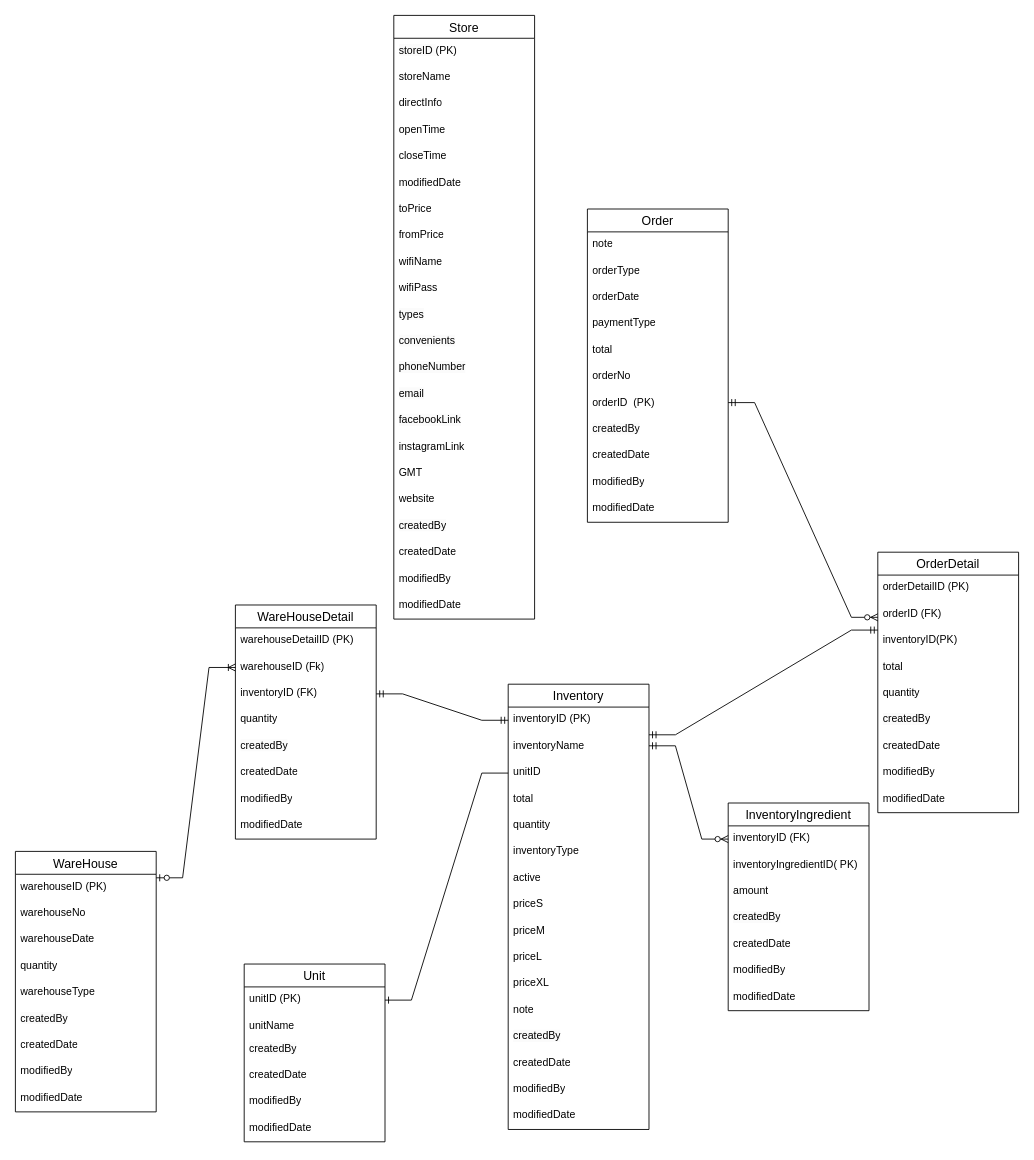
Above: page "Page-1" (1 of 14) of Documentations/Database.drawio in MajinBuuNe-Ahihi/DATN (draw.io), before the change. Source tidied: cells renumbered, new cells numbered last; positions are measured from the earlier drawing's top-left corner, leaving out a move shared by most shapes. Both pictures are drawn from the tidied source at 88%, with x=0, y=0 at pixel (15, 15).
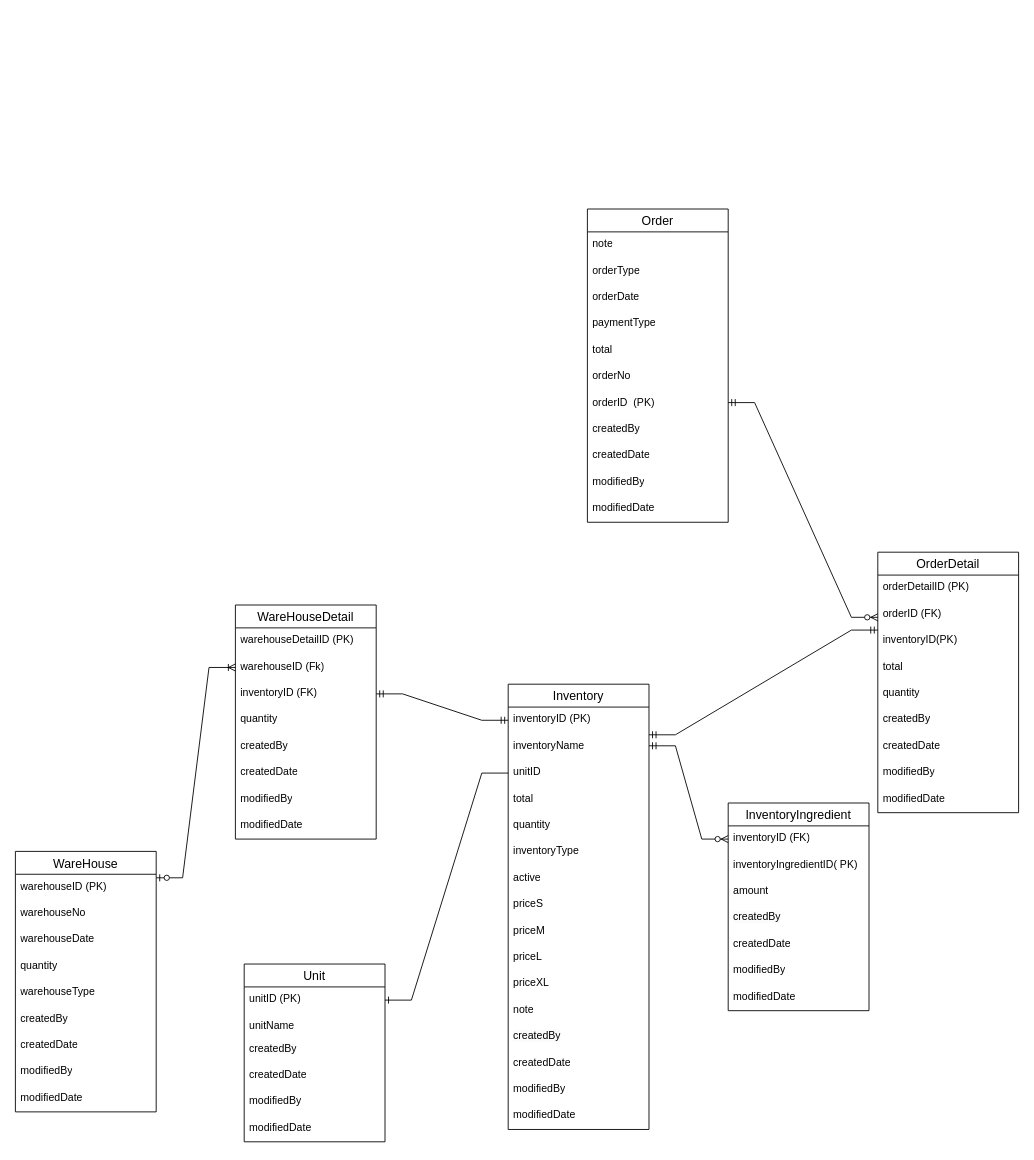
The same page after the edit.

Diff of the diagram source:
```diff
@@
-    <mxCell id="2" value="Store" style="swimlane;fontStyle=0;horizontal=1;startSize=26;align=center;fontSize=14;" parent="1" vertex="1">
-      <mxGeometry x="430" width="160" height="686" as="geometry" />
-    </mxCell>
-    <mxCell id="3" value="&lt;span style=&quot;color: rgb(0, 0, 0); font-family: Helvetica; font-size: 12px; font-style: normal; font-variant-ligatures: normal; font-variant-caps: normal; font-weight: 400; letter-spacing: normal; orphans: 2; text-align: left; text-indent: 0px; text-transform: none; white-space: normal; widows: 2; word-spacing: 0px; -webkit-text-stroke-width: 0px; background-color: rgb(251, 251, 251); text-decoration-thickness: initial; text-decoration-style: initial; text-decoration-color: initial; display: inline !important; float: none;&quot;&gt;storeID&amp;nbsp;&lt;/span&gt;(PK)" style="text;strokeColor=none;fillColor=none;spacingLeft=4;spacingRight=4;overflow=hidden;fontSize=12;whiteSpace=wrap;html=1;" parent="2" vertex="1">
-      <mxGeometry y="26" width="160" height="30" as="geometry" />
-    </mxCell>
-    <mxCell id="4" value="storeName" style="text;strokeColor=none;fillColor=none;spacingLeft=4;spacingRight=4;overflow=hidden;fontSize=12;whiteSpace=wrap;html=1;" parent="2" vertex="1">
-      <mxGeometry y="56" width="160" height="30" as="geometry" />
-    </mxCell>
-    <mxCell id="5" value="directInfo" style="text;strokeColor=none;fillColor=none;spacingLeft=4;spacingRight=4;overflow=hidden;fontSize=12;whiteSpace=wrap;html=1;" parent="2" vertex="1">
-      <mxGeometry y="86" width="160" height="30" as="geometry" />
-    </mxCell>
-    <mxCell id="6" value="openTime" style="text;strokeColor=none;fillColor=none;spacingLeft=4;spacingRight=4;overflow=hidden;fontSize=12;whiteSpace=wrap;html=1;" parent="2" vertex="1">
-      <mxGeometry y="116" width="160" height="30" as="geometry" />
-    </mxCell>
-    <mxCell id="7" value="closeTime" style="text;strokeColor=none;fillColor=none;spacingLeft=4;spacingRight=4;overflow=hidden;fontSize=12;whiteSpace=wrap;html=1;" parent="2" vertex="1">
-      <mxGeometry y="146" width="160" height="30" as="geometry" />
-    </mxCell>
-    <mxCell id="8" value="modifiedDate" style="text;strokeColor=none;fillColor=none;spacingLeft=4;spacingRight=4;overflow=hidden;fontSize=12;whiteSpace=wrap;html=1;" parent="2" vertex="1">
-      <mxGeometry y="176" width="160" height="30" as="geometry" />
-    </mxCell>
-    <mxCell id="9" value="toPrice" style="text;strokeColor=none;fillColor=none;spacingLeft=4;spacingRight=4;overflow=hidden;fontSize=12;whiteSpace=wrap;html=1;" parent="2" vertex="1">
-      <mxGeometry y="206" width="160" height="30" as="geometry" />
-    </mxCell>
-    <mxCell id="10" value="fromPrice" style="text;strokeColor=none;fillColor=none;spacingLeft=4;spacingRight=4;overflow=hidden;fontSize=12;whiteSpace=wrap;html=1;" parent="2" vertex="1">
-      <mxGeometry y="236" width="160" height="30" as="geometry" />
-    </mxCell>
-    <mxCell id="11" value="wifiName" style="text;strokeColor=none;fillColor=none;spacingLeft=4;spacingRight=4;overflow=hidden;fontSize=12;whiteSpace=wrap;html=1;" parent="2" vertex="1">
-      <mxGeometry y="266" width="160" height="30" as="geometry" />
-    </mxCell>
-    <mxCell id="12" value="wifiPass" style="text;strokeColor=none;fillColor=none;spacingLeft=4;spacingRight=4;overflow=hidden;fontSize=12;whiteSpace=wrap;html=1;" parent="2" vertex="1">
-      <mxGeometry y="296" width="160" height="30" as="geometry" />
-    </mxCell>
-    <mxCell id="13" value="&lt;span style=&quot;color: rgb(0, 0, 0); font-family: Helvetica; font-size: 12px; font-style: normal; font-variant-ligatures: normal; font-variant-caps: normal; font-weight: 400; letter-spacing: normal; orphans: 2; text-align: left; text-indent: 0px; text-transform: none; white-space: normal; widows: 2; word-spacing: 0px; -webkit-text-stroke-width: 0px; background-color: rgb(251, 251, 251); text-decoration-thickness: initial; text-decoration-style: initial; text-decoration-color: initial; display: inline !important; float: none;&quot;&gt;types&lt;/span&gt;" style="text;strokeColor=none;fillColor=none;spacingLeft=4;spacingRight=4;overflow=hidden;fontSize=12;whiteSpace=wrap;html=1;" parent="2" vertex="1">
-      <mxGeometry y="326" width="160" height="30" as="geometry" />
-    </mxCell>
-    <mxCell id="14" value="&lt;span style=&quot;color: rgb(0, 0, 0); font-family: Helvetica; font-size: 12px; font-style: normal; font-variant-ligatures: normal; font-variant-caps: normal; font-weight: 400; letter-spacing: normal; orphans: 2; text-align: left; text-indent: 0px; text-transform: none; white-space: normal; widows: 2; word-spacing: 0px; -webkit-text-stroke-width: 0px; background-color: rgb(251, 251, 251); text-decoration-thickness: initial; text-decoration-style: initial; text-decoration-color: initial; display: inline !important; float: none;&quot;&gt;convenients&lt;/span&gt;" style="text;strokeColor=none;fillColor=none;spacingLeft=4;spacingRight=4;overflow=hidden;fontSize=12;whiteSpace=wrap;html=1;" parent="2" vertex="1">
-      <mxGeometry y="356" width="160" height="30" as="geometry" />
-    </mxCell>
-    <mxCell id="15" value="&lt;span style=&quot;color: rgb(0, 0, 0); font-family: Helvetica; font-size: 12px; font-style: normal; font-variant-ligatures: normal; font-variant-caps: normal; font-weight: 400; letter-spacing: normal; orphans: 2; text-align: left; text-indent: 0px; text-transform: none; white-space: normal; widows: 2; word-spacing: 0px; -webkit-text-stroke-width: 0px; background-color: rgb(251, 251, 251); text-decoration-thickness: initial; text-decoration-style: initial; text-decoration-color: initial; display: inline !important; float: none;&quot;&gt;phoneNumber&lt;/span&gt;" style="text;strokeColor=none;fillColor=none;spacingLeft=4;spacingRight=4;overflow=hidden;fontSize=12;whiteSpace=wrap;html=1;" parent="2" vertex="1">
-      <mxGeometry y="386" width="160" height="30" as="geometry" />
-    </mxCell>
-    <mxCell id="16" value="&lt;span style=&quot;color: rgb(0, 0, 0); font-family: Helvetica; font-size: 12px; font-style: normal; font-variant-ligatures: normal; font-variant-caps: normal; font-weight: 400; letter-spacing: normal; orphans: 2; text-align: left; text-indent: 0px; text-transform: none; white-space: normal; widows: 2; word-spacing: 0px; -webkit-text-stroke-width: 0px; background-color: rgb(251, 251, 251); text-decoration-thickness: initial; text-decoration-style: initial; text-decoration-color: initial; display: inline !important; float: none;&quot;&gt;email&lt;/span&gt;" style="text;strokeColor=none;fillColor=none;spacingLeft=4;spacingRight=4;overflow=hidden;fontSize=12;whiteSpace=wrap;html=1;" parent="2" vertex="1">
-      <mxGeometry y="416" width="160" height="30" as="geometry" />
-    </mxCell>
-    <mxCell id="17" value="&lt;span style=&quot;color: rgb(0, 0, 0); font-family: Helvetica; font-size: 12px; font-style: normal; font-variant-ligatures: normal; font-variant-caps: normal; font-weight: 400; letter-spacing: normal; orphans: 2; text-align: left; text-indent: 0px; text-transform: none; white-space: normal; widows: 2; word-spacing: 0px; -webkit-text-stroke-width: 0px; background-color: rgb(251, 251, 251); text-decoration-thickness: initial; text-decoration-style: initial; text-decoration-color: initial; display: inline !important; float: none;&quot;&gt;facebookLink&lt;/span&gt;" style="text;strokeColor=none;fillColor=none;spacingLeft=4;spacingRight=4;overflow=hidden;fontSize=12;whiteSpace=wrap;html=1;" parent="2" vertex="1">
-      <mxGeometry y="446" width="160" height="30" as="geometry" />
-    </mxCell>
-    <mxCell id="18" value="instagramLink" style="text;strokeColor=none;fillColor=none;spacingLeft=4;spacingRight=4;overflow=hidden;fontSize=12;whiteSpace=wrap;html=1;" parent="2" vertex="1">
-      <mxGeometry y="476" width="160" height="30" as="geometry" />
-    </mxCell>
-    <mxCell id="19" value="GMT" style="text;strokeColor=none;fillColor=none;spacingLeft=4;spacingRight=4;overflow=hidden;fontSize=12;whiteSpace=wrap;html=1;" parent="2" vertex="1">
-      <mxGeometry y="506" width="160" height="30" as="geometry" />
-    </mxCell>
-    <mxCell id="20" value="website" style="text;strokeColor=none;fillColor=none;spacingLeft=4;spacingRight=4;overflow=hidden;fontSize=12;whiteSpace=wrap;html=1;" parent="2" vertex="1">
-      <mxGeometry y="536" width="160" height="30" as="geometry" />
-    </mxCell>
-    <mxCell id="21" value="&lt;span style=&quot;color: rgb(0, 0, 0); font-family: Helvetica; font-size: 12px; font-style: normal; font-variant-ligatures: normal; font-variant-caps: normal; font-weight: 400; letter-spacing: normal; orphans: 2; text-align: left; text-indent: 0px; text-transform: none; white-space: normal; widows: 2; word-spacing: 0px; -webkit-text-stroke-width: 0px; background-color: rgb(251, 251, 251); text-decoration-thickness: initial; text-decoration-style: initial; text-decoration-color: initial; display: inline !important; float: none;&quot;&gt;createdBy&lt;/span&gt;" style="text;strokeColor=none;fillColor=none;spacingLeft=4;spacingRight=4;overflow=hidden;fontSize=12;whiteSpace=wrap;html=1;" parent="2" vertex="1">
-      <mxGeometry y="566" width="160" height="30" as="geometry" />
-    </mxCell>
-    <mxCell id="22" value="createdDate" style="text;strokeColor=none;fillColor=none;spacingLeft=4;spacingRight=4;overflow=hidden;fontSize=12;whiteSpace=wrap;html=1;" parent="2" vertex="1">
-      <mxGeometry y="596" width="160" height="30" as="geometry" />
-    </mxCell>
-    <mxCell id="23" value="modifiedBy" style="text;strokeColor=none;fillColor=none;spacingLeft=4;spacingRight=4;overflow=hidden;fontSize=12;whiteSpace=wrap;html=1;" parent="2" vertex="1">
-      <mxGeometry y="626" width="160" height="30" as="geometry" />
-    </mxCell>
-    <mxCell id="24" value="modifiedDate" style="text;strokeColor=none;fillColor=none;spacingLeft=4;spacingRight=4;overflow=hidden;fontSize=12;whiteSpace=wrap;html=1;" parent="2" vertex="1">
-      <mxGeometry y="656" width="160" height="30" as="geometry" />
-    </mxCell>
```
